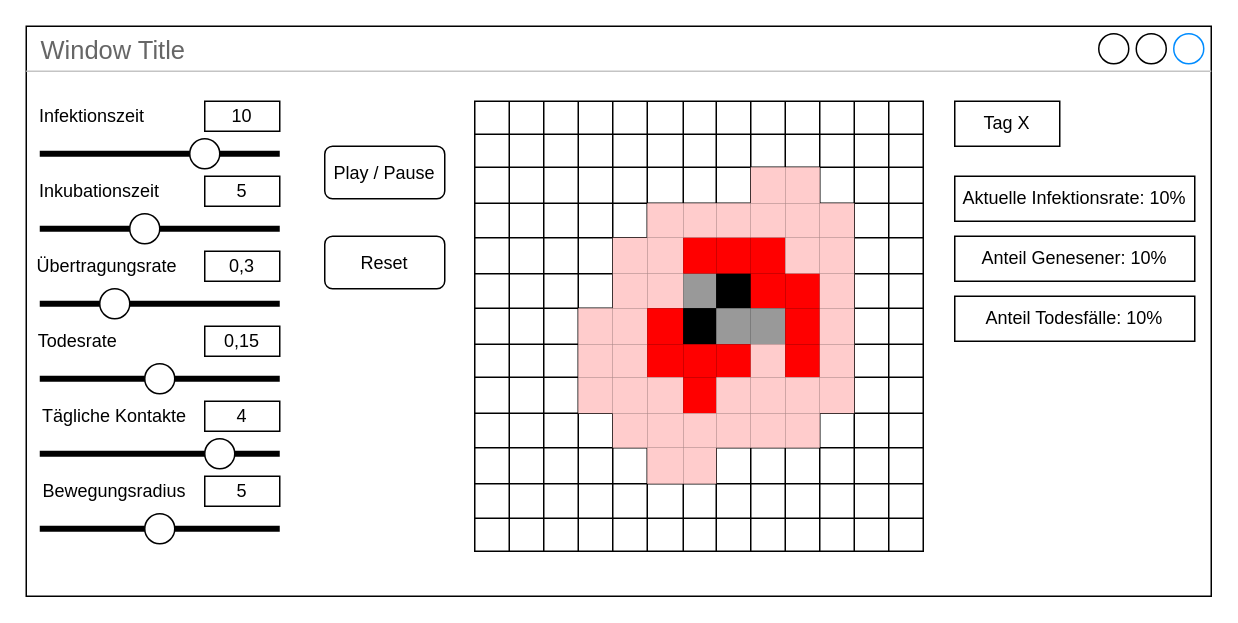
The draw.io diagram Untitled Diagram.drawio in tammowhs/simulationelectron, before the edit. Source tidied: cells renumbered, new cells numbered last; positions are measured from the earlier drawing's top-left corner, leaving out a move shared by most shapes. Both pictures are drawn from the tidied source at 150%, with x=0, y=0 at pixel (26, 26).
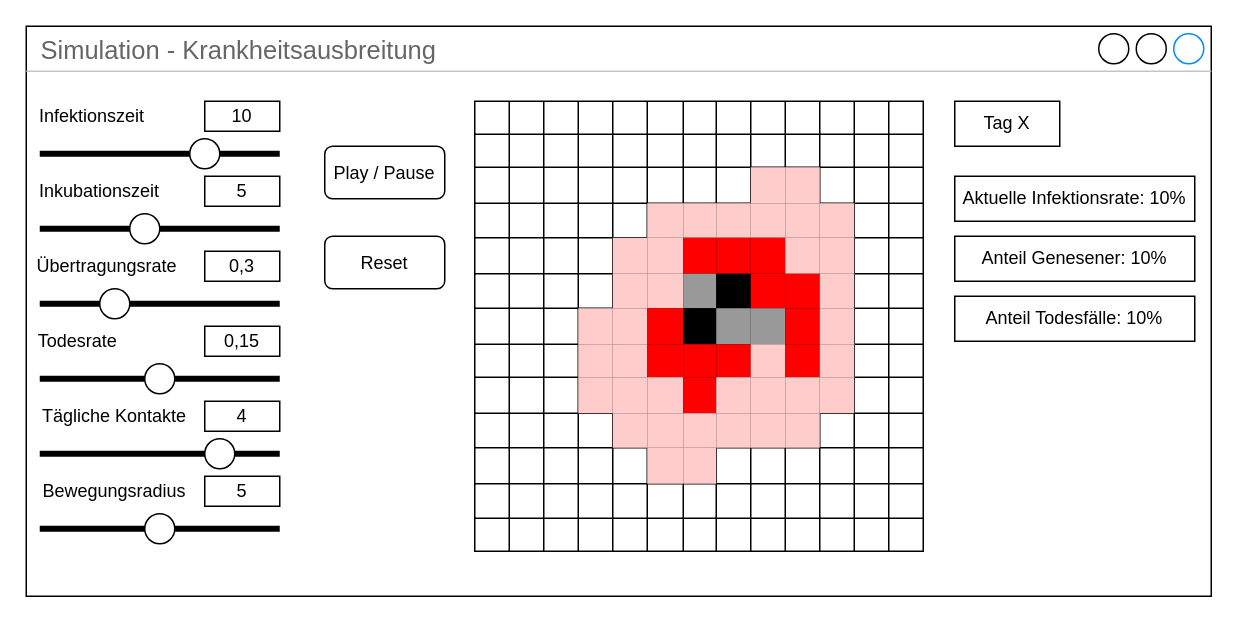
The same page after the edit.

Commit message:
keine Ahnung was sich gerade geändert hat, aber hier werden unsaved changes angezeigt

What changed in the source:
```diff
@@
-    <mxCell id="2" value="Window Title" style="strokeWidth=1;shadow=0;dashed=0;align=center;html=1;shape=mxgraph.mockup.containers.window;align=left;verticalAlign=top;spacingLeft=8;strokeColor2=#008cff;strokeColor3=#c4c4c4;fontColor=#666666;mainText=;fontSize=17;labelBackgroundColor=none;fillColor=none;" parent="1" vertex="1">
+    <mxCell id="2" value="Simulation - Krankheitsausbreitung" style="strokeWidth=1;shadow=0;dashed=0;align=center;html=1;shape=mxgraph.mockup.containers.window;align=left;verticalAlign=top;spacingLeft=8;strokeColor2=#008cff;strokeColor3=#c4c4c4;fontColor=#666666;mainText=;fontSize=17;labelBackgroundColor=none;fillColor=none;" parent="1" vertex="1">
       <mxGeometry width="790" height="380" as="geometry" />
     </mxCell>
```
